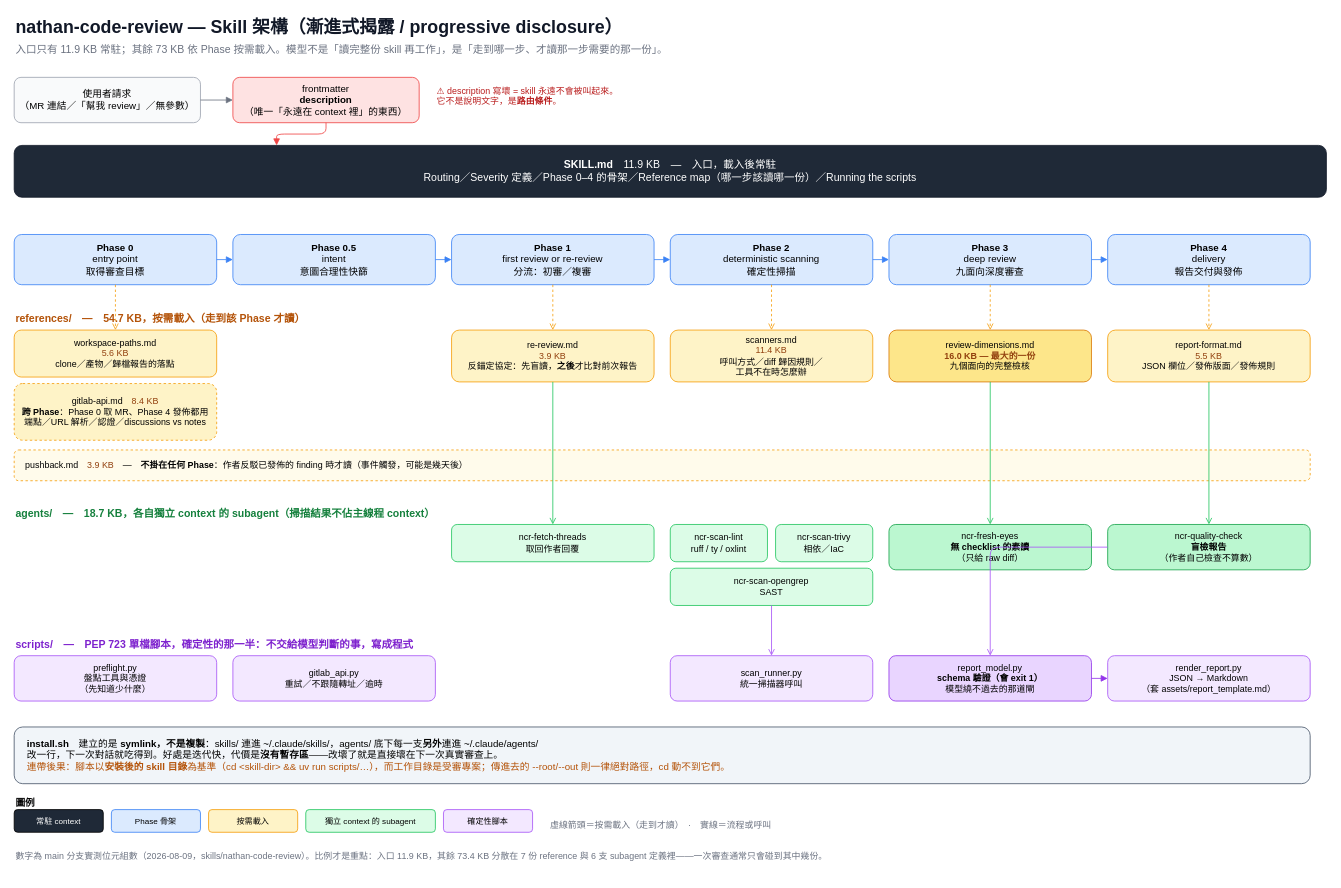
Above: page "Skill 架構：漸進式揭露" (1 of 2) of docs/skill-architecture.drawio in nathanfhh/30-days-ironman (draw.io), before the change. Source tidied: cells renumbered, new cells numbered last; positions are measured from the earlier drawing's top-left corner, leaving out a move shared by most shapes. Both pictures are drawn from the tidied source at 81%, with x=0, y=0 at pixel (14, 14).
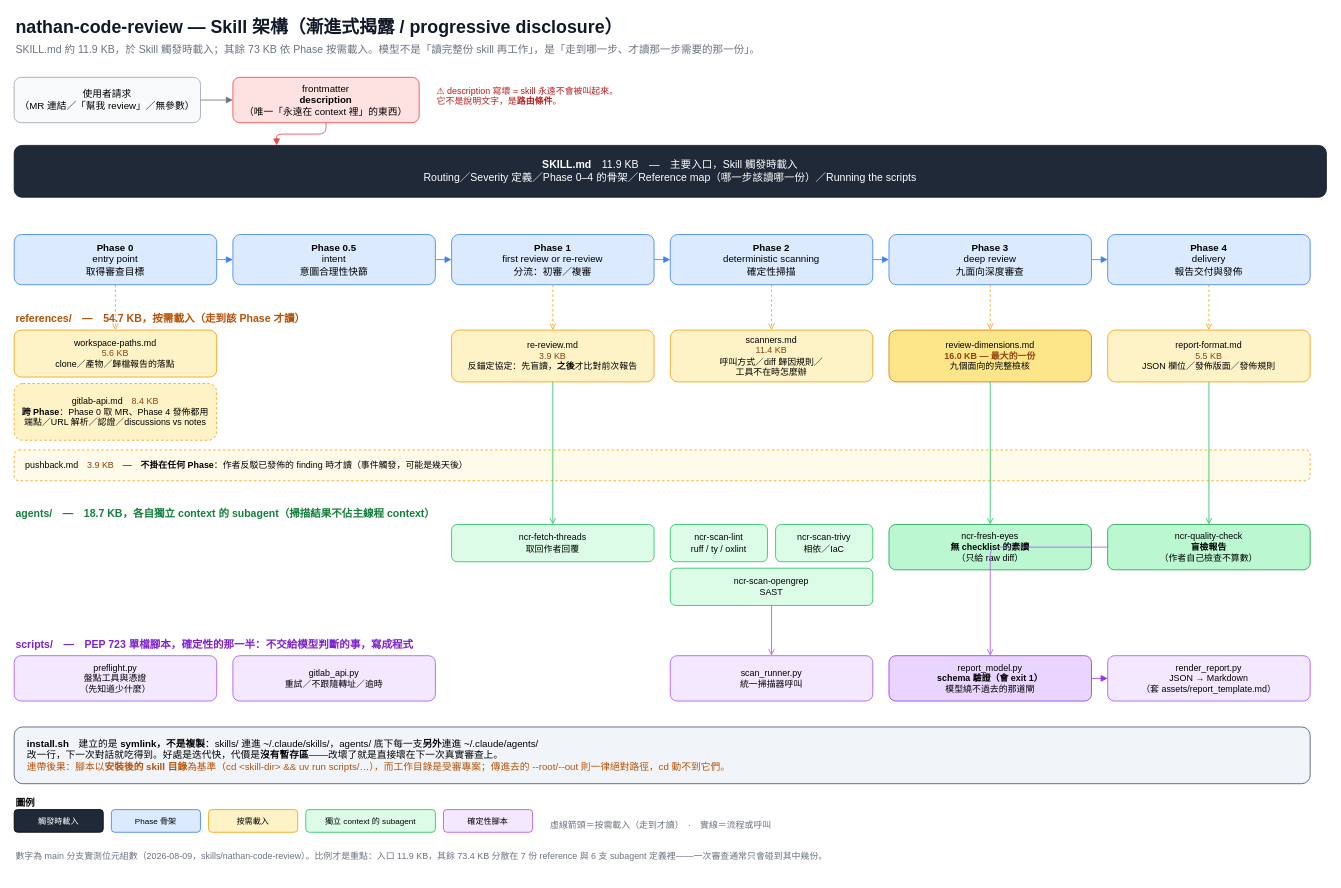
Above is the later version.

Commit message (it also covers changes not shown here):
docs: skill 架構圖的 SKILL.md 標註改成「觸發時載入」，不再寫「常駐」

Claude-Session: https://claude.ai/code/session_01Ev6521ubW8HQrEx9pL2iHN

What changed in the source:
```diff
@@
-    <mxCell id="3" value="入口只有 11.9 KB 常駐；其餘 73 KB 依 Phase 按需載入。模型不是「讀完整份 skill 再工作」，是「走到哪一步、才讀那一步需要的那一份」。" style="text;html=1;fontSize=13;align=left;verticalAlign=middle;fontColor=#6b7280;" parent="1" vertex="1">
+    <mxCell id="3" value="SKILL.md 約 11.9 KB，於 Skill 觸發時載入；其餘 73 KB 依 Phase 按需載入。模型不是「讀完整份 skill 再工作」，是「走到哪一步、才讀那一步需要的那一份」。" style="text;html=1;fontSize=13;align=left;verticalAlign=middle;fontColor=#6b7280;" parent="1" vertex="1">
       <mxGeometry y="32" width="1400" height="22" as="geometry" />
     </mxCell>
@@
-    <mxCell id="8" value="&lt;b&gt;SKILL.md&lt;/b&gt;　11.9 KB　—　入口，載入後常駐&#10;Routing／Severity 定義／Phase 0–4 的骨架／Reference map（哪一步該讀哪一份）／Running the scripts" style="rounded=1;whiteSpace=wrap;html=1;fillColor=#1f2937;strokeColor=#111827;fontColor=#ffffff;fontSize=13;verticalAlign=middle;" parent="1" vertex="1">
+    <mxCell id="8" value="&lt;b&gt;SKILL.md&lt;/b&gt;　11.9 KB　—　主要入口，Skill 觸發時載入&#10;Routing／Severity 定義／Phase 0–4 的骨架／Reference map（哪一步該讀哪一份）／Running the scripts" style="rounded=1;whiteSpace=wrap;html=1;fillColor=#1f2937;strokeColor=#111827;fontColor=#ffffff;fontSize=13;verticalAlign=middle;" parent="1" vertex="1">
       <mxGeometry y="162" width="1620" height="64" as="geometry" />
     </mxCell>
@@
-    <mxCell id="55" value="常駐 context" style="rounded=1;whiteSpace=wrap;html=1;fillColor=#1f2937;fontColor=#ffffff;fontSize=10;" parent="1" vertex="1">
+    <mxCell id="55" value="觸發時載入" style="rounded=1;whiteSpace=wrap;html=1;fillColor=#1f2937;fontColor=#ffffff;fontSize=10;" parent="1" vertex="1">
       <mxGeometry y="982" width="110" height="28" as="geometry" />
     </mxCell>
```
